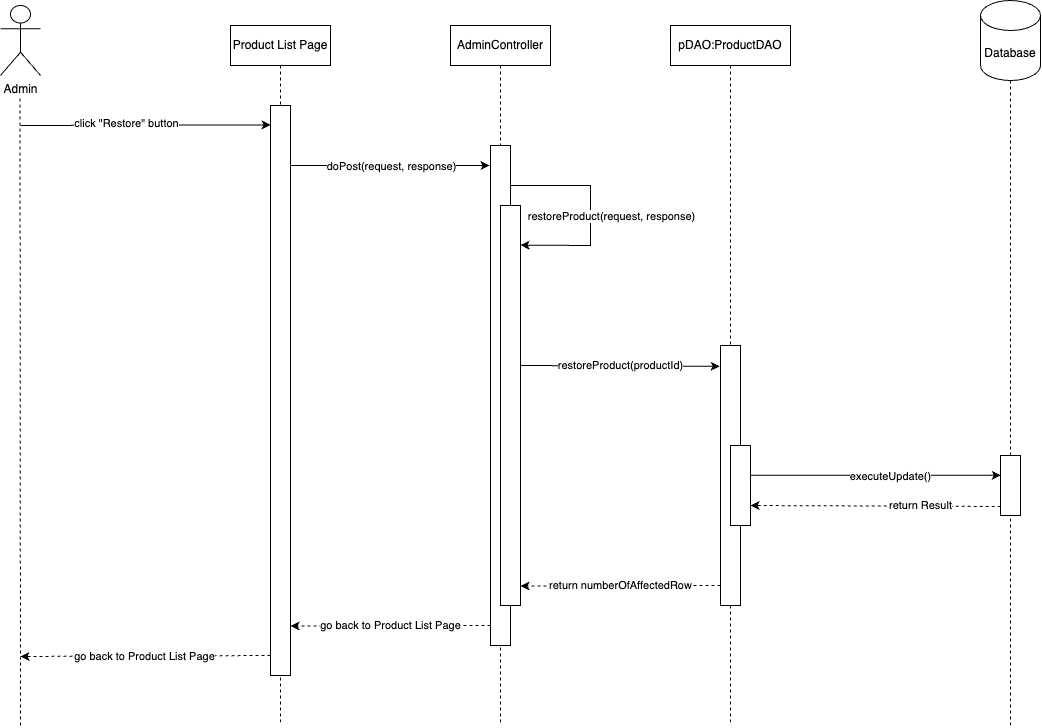
QuocZuong/perfume-store keeps this draw.io diagram as document/SDS/25. Restore product/Sequence_Diagram/RestoreProductSequenceDiagram.drawio.png. Above is the earlier version. Source tidied: cells renumbered, new cells last; positions are measured from the earlier drawing's top-left corner, leaving out a move shared by most shapes.
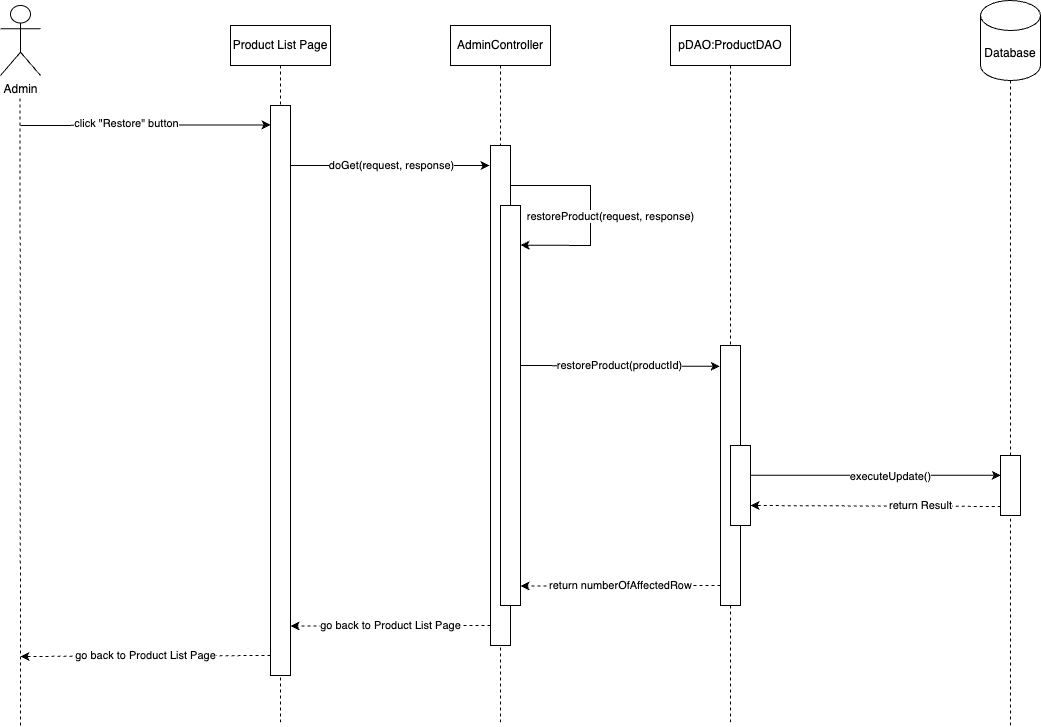
After the change.

Diff of the diagram source:
```diff
@@ -29,7 +29,7 @@
         <mxPoint x="489" y="165" as="targetPoint" />
       </mxGeometry>
     </mxCell>
-    <mxCell id="9" value="doPost(request, response)" style="edgeLabel;html=1;align=center;verticalAlign=middle;" parent="8" vertex="1">
+    <mxCell id="9" value="doGet(request, response)" style="edgeLabel;html=1;align=center;verticalAlign=middle;" parent="8" vertex="1">
       <mxGeometry x="0.09" relative="1" as="geometry">
         <mxPoint x="-7" as="offset" />
       </mxGeometry>
```
